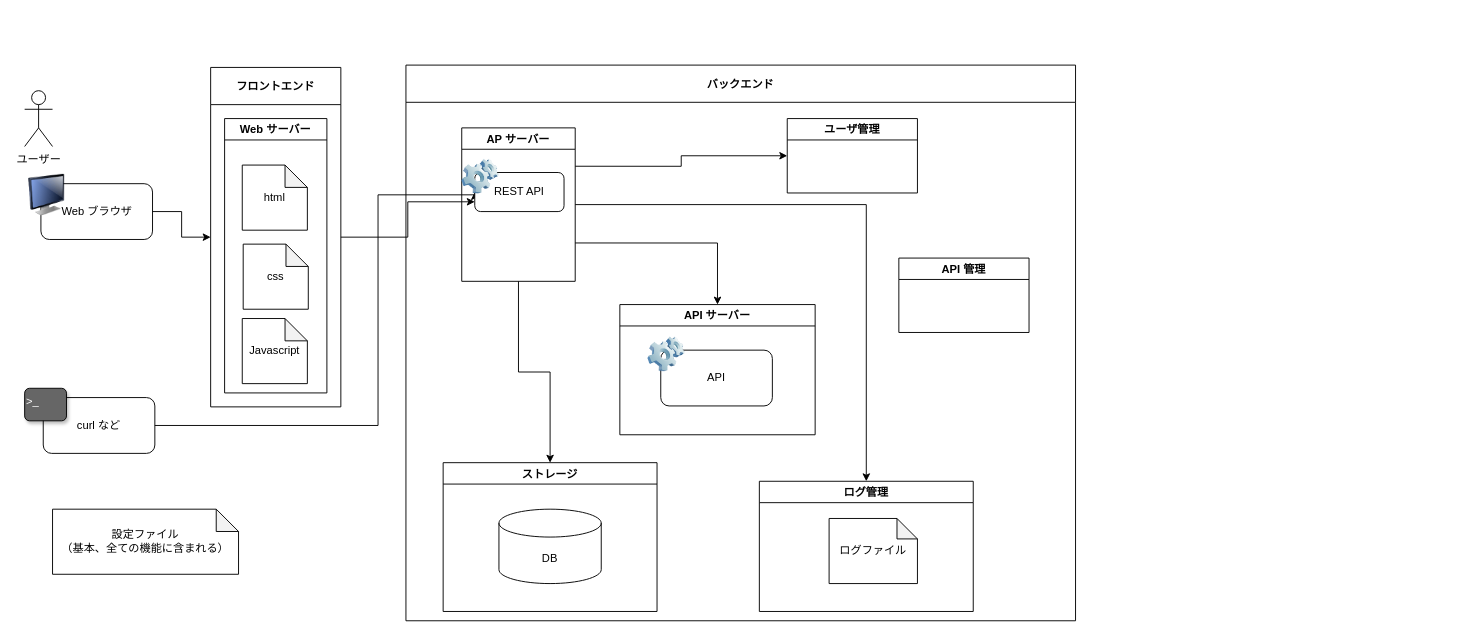
peregrin8alde/learn-webapp keeps this draw.io diagram as images/birds-eye-view.drawio. Above is the earlier version. Source tidied: cells renumbered, new cells numbered last; positions are measured from the earlier drawing's top-left corner, leaving out a move shared by most shapes. Both pictures are drawn from the tidied source at 93%, with x=0, y=0 at pixel (24, 64).
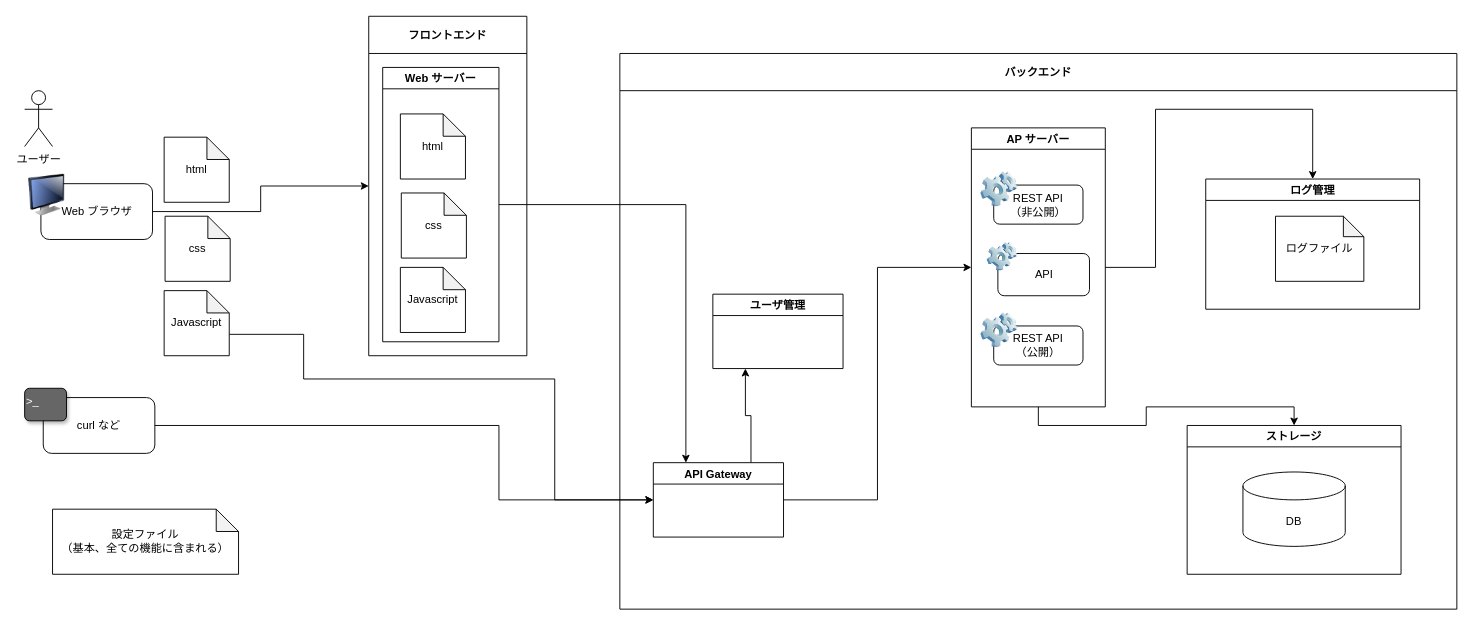
The same page after the edit.

Unchanged cells that the change refers to:
```xml
<mxCell id="9" value="curl など" style="rounded=1;whiteSpace=wrap;html=1;sketch=0;gradientDirection=south;fillColor=#FFFFFF;" parent="8" vertex="1">
  <mxGeometry x="20" y="10" width="120" height="60" as="geometry" />
</mxCell>
```

Change to the diagram source:
```diff
@@
-    <mxCell id="11" style="edgeStyle=orthogonalEdgeStyle;rounded=0;jettySize=auto;html=1;exitX=1;exitY=0.5;exitDx=0;exitDy=0;entryX=0;entryY=0.5;entryDx=0;entryDy=0;" parent="1" edge="1" source="9" target="23">
+    <mxCell id="11" style="edgeStyle=orthogonalEdgeStyle;rounded=0;jettySize=auto;html=1;exitX=1;exitY=0.5;exitDx=0;exitDy=0;entryX=0;entryY=0.5;entryDx=0;entryDy=0;" parent="1" edge="1" source="9" target="36">
       <mxGeometry relative="1" as="geometry">
         <Array as="points">
-          <mxPoint x="380" y="388" />
-          <mxPoint x="380" y="140" />
-          <mxPoint x="484" y="140" />
+          <mxPoint x="510" y="388" />
+          <mxPoint x="510" y="468" />
         </Array>
       </mxGeometry>
     </mxCell>
-    <mxCell id="12" style="edgeStyle=orthogonalEdgeStyle;rounded=0;jettySize=auto;html=1;exitX=1;exitY=0.5;exitDx=0;exitDy=0;entryX=0;entryY=0.75;entryDx=0;entryDy=0;" parent="1" edge="1" source="13" target="23">
-      <mxGeometry relative="1" as="geometry" />
+    <mxCell id="12" style="edgeStyle=orthogonalEdgeStyle;rounded=0;jettySize=auto;html=1;exitX=0;exitY=0;exitDx=70;exitDy=47;entryX=0;entryY=0.5;entryDx=0;entryDy=0;exitPerimeter=0;" parent="1" edge="1" source="45" target="36">
+      <mxGeometry relative="1" as="geometry">
+        <Array as="points">
+          <mxPoint x="300" y="290" />
+          <mxPoint x="300" y="338" />
+          <mxPoint x="570" y="338" />
+          <mxPoint x="570" y="468" />
+        </Array>
+      </mxGeometry>
     </mxCell>
     <mxCell id="13" value="フロントエンド" style="swimlane;align=center;startSize=40;" parent="1" vertex="1">
-      <mxGeometry x="200" y="3" width="140" height="365" as="geometry" />
+      <mxGeometry x="370" y="-52" width="170" height="365" as="geometry" />
     </mxCell>
     <mxCell id="14" value="Web サーバー" style="swimlane;align=center;" parent="13" vertex="1">
-      <mxGeometry x="15" y="55" width="110" height="295" as="geometry" />
+      <mxGeometry x="15" y="55" width="125" height="295" as="geometry" />
     </mxCell>
@@
     <mxCell id="18" value="バックエンド" style="swimlane;align=center;startSize=40;" parent="1" vertex="1">
-      <mxGeometry x="410" y="0.5" width="720" height="597.5" as="geometry" />
+      <mxGeometry x="640" y="-12" width="900" height="597.5" as="geometry" />
     </mxCell>
-    <mxCell id="19" style="edgeStyle=orthogonalEdgeStyle;rounded=0;jettySize=auto;html=1;exitX=1;exitY=0.75;exitDx=0;exitDy=0;entryX=0.5;entryY=0;entryDx=0;entryDy=0;" parent="18" edge="1" source="21" target="31">
-      <mxGeometry relative="1" as="geometry" />
-    </mxCell>
-    <mxCell id="20" style="edgeStyle=orthogonalEdgeStyle;rounded=0;jettySize=auto;html=1;exitX=1;exitY=0.25;exitDx=0;exitDy=0;entryX=0;entryY=0.5;entryDx=0;entryDy=0;" parent="18" edge="1" source="21" target="35">
-      <mxGeometry relative="1" as="geometry" />
-    </mxCell>
     <mxCell id="21" value="AP サーバー" style="swimlane;align=center;" parent="18" vertex="1">
-      <mxGeometry x="60" y="67.5" width="122" height="165" as="geometry" />
+      <mxGeometry x="378" y="80" width="144" height="300" as="geometry" />
     </mxCell>
     <mxCell id="22" style="group;" parent="21" vertex="1">
-      <mxGeometry y="30" width="134" height="78" as="geometry" />
+      <mxGeometry x="10" y="195" width="134" height="78" as="geometry" />
     </mxCell>
-    <mxCell id="23" value="REST API" style="rounded=1;whiteSpace=wrap;html=1;align=center;" parent="22" vertex="1">
+    <mxCell id="23" value="REST API&lt;br&gt;（公開）" style="rounded=1;whiteSpace=wrap;html=1;align=center;" parent="22" vertex="1">
       <mxGeometry x="14" y="18" width="96" height="42" as="geometry" />
     </mxCell>
@@
+    <mxCell id="37" style="group;" parent="21" vertex="1">
+      <mxGeometry x="10" y="43.5" width="134" height="78" as="geometry" />
+    </mxCell>
+    <mxCell id="38" value="REST API&lt;br&gt;（非公開）" style="rounded=1;whiteSpace=wrap;html=1;align=center;" parent="37" vertex="1">
+      <mxGeometry x="14" y="18" width="96" height="42" as="geometry" />
+    </mxCell>
+    <mxCell id="34" style="image;html=1;image=img/lib/clip_art/computers/Software_128x128.png;sketch=0;fillColor=#FFFFFF;gradientDirection=south;" parent="37" vertex="1">
+      <mxGeometry width="40" height="45" as="geometry" />
+    </mxCell>
+    <mxCell id="39" style="group;" parent="21" vertex="1">
+      <mxGeometry x="17" y="121.5" width="110" height="59" as="geometry" />
+    </mxCell>
+    <mxCell id="33" value="API" style="rounded=1;whiteSpace=wrap;html=1;align=center;" parent="39" vertex="1">
+      <mxGeometry x="11.5" y="13.6" width="98.5" height="45.4" as="geometry" />
+    </mxCell>
+    <mxCell id="40" style="image;html=1;image=img/lib/clip_art/computers/Software_128x128.png;sketch=0;fillColor=#FFFFFF;gradientDirection=south;" parent="39" vertex="1">
+      <mxGeometry width="32.8" height="34" as="geometry" />
+    </mxCell>
     <mxCell id="25" value="ストレージ" style="swimlane;align=center;" parent="18" vertex="1">
-      <mxGeometry x="40" y="427.5" width="230" height="160" as="geometry" />
+      <mxGeometry x="610" y="400" width="230" height="160" as="geometry" />
     </mxCell>
@@
     <mxCell id="28" value="ログ管理" style="swimlane;align=center;" parent="18" vertex="1">
-      <mxGeometry x="380" y="447.5" width="230" height="140" as="geometry" />
+      <mxGeometry x="630" y="135" width="230" height="140" as="geometry" />
     </mxCell>
@@
-    <mxCell id="31" value="API サーバー" style="swimlane;align=center;" parent="18" vertex="1">
-      <mxGeometry x="230" y="257.5" width="210" height="140" as="geometry" />
-    </mxCell>
-    <mxCell id="32" style="group;" parent="31" vertex="1">
-      <mxGeometry x="30" y="31" width="134" height="78" as="geometry" />
-    </mxCell>
-    <mxCell id="33" value="API" style="rounded=1;whiteSpace=wrap;html=1;align=center;" parent="32" vertex="1">
-      <mxGeometry x="14" y="18" width="120" height="60" as="geometry" />
-    </mxCell>
-    <mxCell id="34" style="image;html=1;image=img/lib/clip_art/computers/Software_128x128.png;sketch=0;fillColor=#FFFFFF;gradientDirection=south;" parent="32" vertex="1">
-      <mxGeometry width="40" height="45" as="geometry" />
-    </mxCell>
     <mxCell id="35" value="ユーザ管理" style="swimlane;align=center;" parent="18" vertex="1">
-      <mxGeometry x="410" y="57.5" width="140" height="80" as="geometry" />
+      <mxGeometry x="100" y="258.8" width="140" height="80" as="geometry" />
     </mxCell>
+    <mxCell id="41" style="edgeStyle=orthogonalEdgeStyle;rounded=0;jettySize=auto;html=1;exitX=0.75;exitY=0;exitDx=0;exitDy=0;entryX=0.25;entryY=1;entryDx=0;entryDy=0;" parent="18" edge="1" source="36" target="35">
+      <mxGeometry relative="1" as="geometry" />
+    </mxCell>
+    <mxCell id="42" style="edgeStyle=orthogonalEdgeStyle;rounded=0;jettySize=auto;html=1;exitX=1;exitY=0.5;exitDx=0;exitDy=0;entryX=0;entryY=0.5;entryDx=0;entryDy=0;" parent="18" edge="1" source="36" target="21">
+      <mxGeometry relative="1" as="geometry" />
+    </mxCell>
-    <mxCell id="36" value="API 管理" style="swimlane;align=center;" parent="18" vertex="1">
-      <mxGeometry x="530" y="207.5" width="140" height="80" as="geometry" />
+    <mxCell id="36" value="API Gateway" style="swimlane;align=center;" parent="18" vertex="1">
+      <mxGeometry x="36" y="440" width="140" height="80" as="geometry" />
     </mxCell>
+    <mxCell id="43" value="html" style="shape=note;whiteSpace=wrap;html=1;backgroundOutline=1;darkOpacity=0.05;size=24;" parent="1" vertex="1">
+      <mxGeometry x="150" y="78" width="70" height="70" as="geometry" />
+    </mxCell>
+    <mxCell id="44" value="css" style="shape=note;whiteSpace=wrap;html=1;backgroundOutline=1;darkOpacity=0.05;size=24;" parent="1" vertex="1">
+      <mxGeometry x="151" y="163" width="70" height="70" as="geometry" />
+    </mxCell>
+    <mxCell id="45" value="Javascript" style="shape=note;whiteSpace=wrap;html=1;backgroundOutline=1;darkOpacity=0.05;size=24;" parent="1" vertex="1">
+      <mxGeometry x="150" y="243" width="70" height="70" as="geometry" />
+    </mxCell>
+    <mxCell id="46" style="edgeStyle=orthogonalEdgeStyle;rounded=0;jettySize=auto;html=1;exitX=1;exitY=0.5;exitDx=0;exitDy=0;entryX=0.25;entryY=0;entryDx=0;entryDy=0;" parent="1" edge="1" source="14" target="36">
+      <mxGeometry relative="1" as="geometry" />
+    </mxCell>
```
